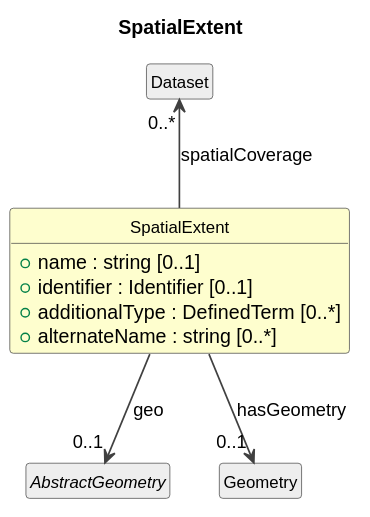
The PlantUML diagram cdif-uml-model/_plantuml/cdifDataStructure/Classes/SpatialExtent.svg in Cross-Domain-Interoperability-Framework/metadataBuildingBlocks, before a commit. The source it was exported from:
```plantuml
@startuml
title SpatialExtent
hide circle
hide empty members
skinparam shadowing false
skinparam ArrowThickness 1.2
skinparam class {
  ArrowColor #404040
  BorderColor #404040
  FontSize 12
}

class "SpatialExtent" as SpatialExtent #FEFECE {
  +name : string [0..1]
  +identifier : Identifier [0..1]
  +additionalType : DefinedTerm [0..*]
  +alternateName : string [0..*]
}
class "Dataset" as Dataset #EEEEEE
Dataset "0..*" <-- SpatialExtent : spatialCoverage
abstract class "AbstractGeometry" as AbstractGeometry #EEEEEE
SpatialExtent --> "0..1" AbstractGeometry : geo
class "Geometry" as Geometry #EEEEEE
SpatialExtent --> "0..1" Geometry : hasGeometry
@enduml
```
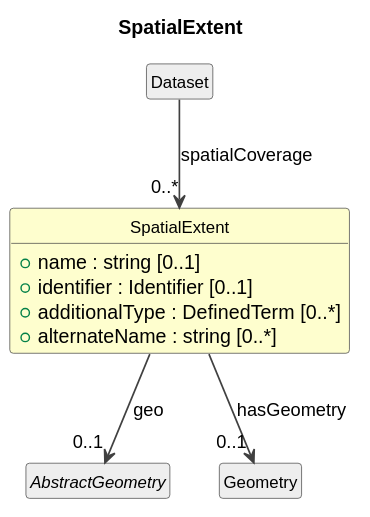
After the change.

Change to the diagram source:
```diff
@@ -17,7 +17,7 @@
   +alternateName : string [0..*]
 }
 class "Dataset" as Dataset #EEEEEE
-Dataset "0..*" <-- SpatialExtent : spatialCoverage
+Dataset --> "0..*" SpatialExtent : spatialCoverage
 abstract class "AbstractGeometry" as AbstractGeometry #EEEEEE
 SpatialExtent --> "0..1" AbstractGeometry : geo
 class "Geometry" as Geometry #EEEEEE
```
